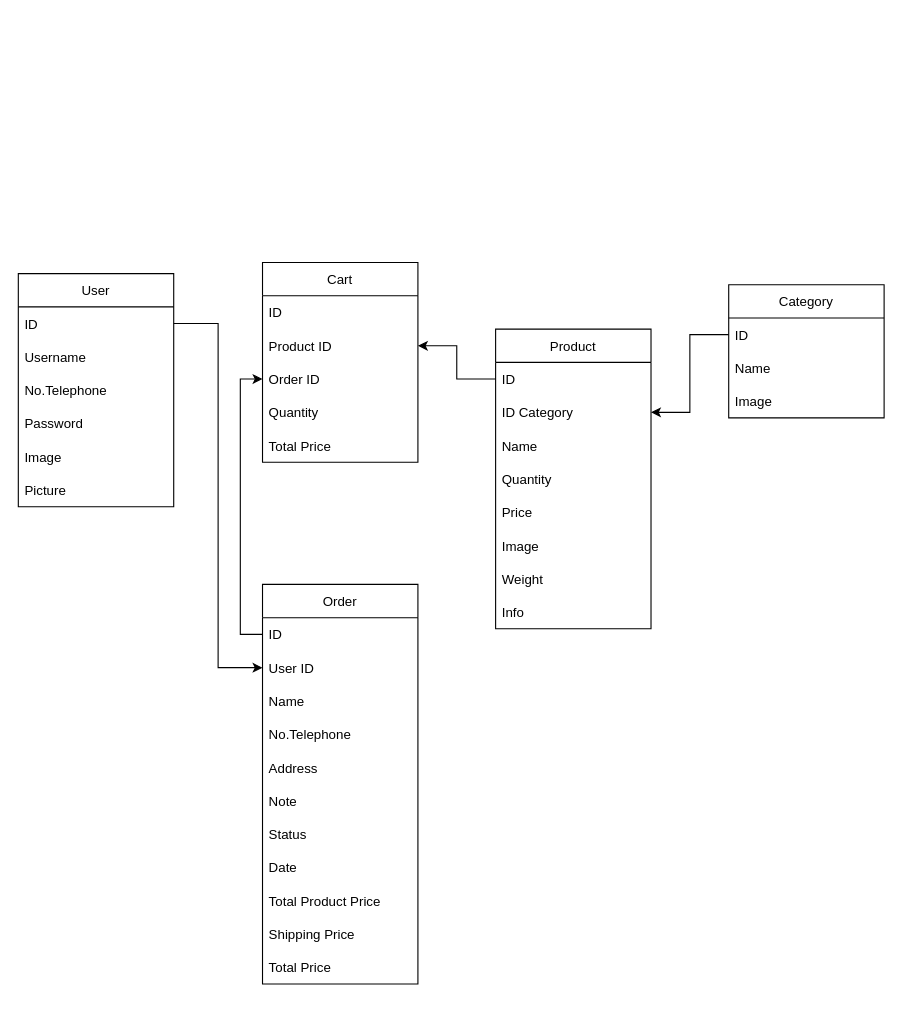
This is erd.drawio from dapurfresh-group2/backend, a draw.io file, before an edit. Source tidied: cells renumbered, new cells numbered last; positions are measured from the earlier drawing's top-left corner, leaving out a move shared by most shapes. Both pictures are drawn from the tidied source at 111%, with x=0, y=0 at pixel (18, 262).
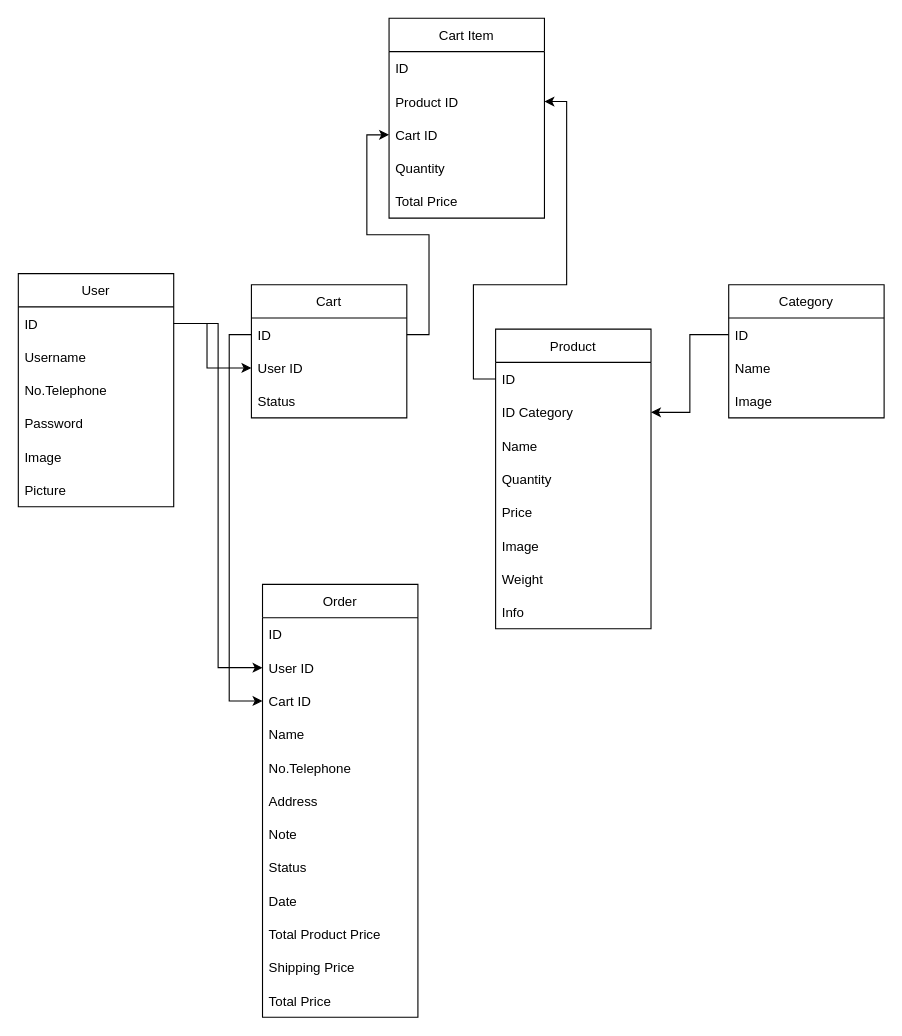
After the change.

The change refers to these unchanged cells:
```xml
<mxCell id="3" value="ID" style="text;strokeColor=none;fillColor=none;align=left;verticalAlign=middle;spacingLeft=4;spacingRight=4;overflow=hidden;points=[[0,0.5],[1,0.5]];portConstraint=eastwest;" parent="2" vertex="1">
  <mxGeometry y="30" width="140" height="30" as="geometry" />
</mxCell>
<mxCell id="10" value="ID" style="text;strokeColor=none;fillColor=none;align=left;verticalAlign=middle;spacingLeft=4;spacingRight=4;overflow=hidden;points=[[0,0.5],[1,0.5]];portConstraint=eastwest;" parent="9" vertex="1">
  <mxGeometry y="30" width="140" height="30" as="geometry" />
</mxCell>
<mxCell id="11" value="ID Category" style="text;strokeColor=none;fillColor=none;align=left;verticalAlign=middle;spacingLeft=4;spacingRight=4;overflow=hidden;points=[[0,0.5],[1,0.5]];portConstraint=eastwest;" parent="9" vertex="1">
  <mxGeometry y="60" width="140" height="30" as="geometry" />
</mxCell>
<mxCell id="19" value="ID" style="text;strokeColor=none;fillColor=none;align=left;verticalAlign=middle;spacingLeft=4;spacingRight=4;overflow=hidden;points=[[0,0.5],[1,0.5]];portConstraint=eastwest;" parent="18" vertex="1">
  <mxGeometry y="30" width="140" height="30" as="geometry" />
</mxCell>
<mxCell id="24" value="ID" style="text;strokeColor=none;fillColor=none;align=left;verticalAlign=middle;spacingLeft=4;spacingRight=4;overflow=hidden;points=[[0,0.5],[1,0.5]];portConstraint=eastwest;" parent="23" vertex="1">
  <mxGeometry y="30" width="140" height="30" as="geometry" />
</mxCell>
<mxCell id="31" value="ID" style="text;strokeColor=none;fillColor=none;align=left;verticalAlign=middle;spacingLeft=4;spacingRight=4;overflow=hidden;points=[[0,0.5],[1,0.5]];portConstraint=eastwest;" parent="30" vertex="1">
  <mxGeometry y="30" width="140" height="30" as="geometry" />
</mxCell>
<mxCell id="32" value="User ID" style="text;strokeColor=none;fillColor=none;align=left;verticalAlign=middle;spacingLeft=4;spacingRight=4;overflow=hidden;points=[[0,0.5],[1,0.5]];portConstraint=eastwest;" parent="30" vertex="1">
  <mxGeometry y="60" width="140" height="30" as="geometry" />
</mxCell>
```

What changed in the source:
```diff
@@
+    <mxCell id="44" style="group;" parent="1" vertex="1">
+      <mxGeometry y="-220" width="780" height="900" as="geometry" />
+    </mxCell>
-    <mxCell id="2" value="User" style="swimlane;fontStyle=0;horizontal=1;startSize=30;" parent="1" vertex="1">
-      <mxGeometry y="10" width="140" height="210" as="geometry" />
+    <mxCell id="2" value="User" style="swimlane;fontStyle=0;horizontal=1;startSize=30;" parent="44" vertex="1">
+      <mxGeometry y="230" width="140" height="210" as="geometry" />
     </mxCell>
@@
-    <mxCell id="9" value="Product" style="swimlane;fontStyle=0;horizontal=1;startSize=30;" parent="1" vertex="1">
-      <mxGeometry x="430" y="60" width="140" height="270" as="geometry" />
+    <mxCell id="9" value="Product" style="swimlane;fontStyle=0;horizontal=1;startSize=30;" parent="44" vertex="1">
+      <mxGeometry x="430" y="280" width="140" height="270" as="geometry" />
     </mxCell>
@@
-    <mxCell id="18" value="Category" style="swimlane;fontStyle=0;horizontal=1;startSize=30;" parent="1" vertex="1">
-      <mxGeometry x="640" y="20" width="140" height="120" as="geometry" />
+    <mxCell id="18" value="Category" style="swimlane;fontStyle=0;horizontal=1;startSize=30;" parent="44" vertex="1">
+      <mxGeometry x="640" y="240" width="140" height="120" as="geometry" />
     </mxCell>
@@
-    <mxCell id="22" style="edgeStyle=orthogonalEdgeStyle;rounded=0;jettySize=auto;html=1;exitX=0;exitY=0.5;exitDx=0;exitDy=0;entryX=1;entryY=0.5;entryDx=0;entryDy=0;" parent="1" edge="1" source="19" target="11">
+    <mxCell id="22" style="edgeStyle=orthogonalEdgeStyle;rounded=0;jettySize=auto;html=1;exitX=0;exitY=0.5;exitDx=0;exitDy=0;entryX=1;entryY=0.5;entryDx=0;entryDy=0;" parent="44" edge="1" source="19" target="11">
       <mxGeometry relative="1" as="geometry" />
     </mxCell>
-    <mxCell id="23" value="Cart" style="swimlane;fontStyle=0;horizontal=1;startSize=30;" parent="1" vertex="1">
-      <mxGeometry x="220" width="140" height="180" as="geometry" />
+    <mxCell id="23" value="Cart" style="swimlane;fontStyle=0;horizontal=1;startSize=30;" parent="44" vertex="1">
+      <mxGeometry x="210" y="240" width="140" height="120" as="geometry" />
     </mxCell>
@@
-    <mxCell id="25" value="Product ID" style="text;strokeColor=none;fillColor=none;align=left;verticalAlign=middle;spacingLeft=4;spacingRight=4;overflow=hidden;points=[[0,0.5],[1,0.5]];portConstraint=eastwest;" parent="23" vertex="1">
-      <mxGeometry y="60" width="140" height="30" as="geometry" />
-    </mxCell>
-    <mxCell id="26" value="Order ID" style="text;strokeColor=none;fillColor=none;align=left;verticalAlign=middle;spacingLeft=4;spacingRight=4;overflow=hidden;points=[[0,0.5],[1,0.5]];portConstraint=eastwest;" parent="23" vertex="1">
-      <mxGeometry y="90" width="140" height="30" as="geometry" />
-    </mxCell>
-    <mxCell id="27" value="Quantity" style="text;strokeColor=none;fillColor=none;align=left;verticalAlign=middle;spacingLeft=4;spacingRight=4;overflow=hidden;" parent="23" vertex="1">
-      <mxGeometry y="120" width="140" height="30" as="geometry" />
-    </mxCell>
-    <mxCell id="28" value="Total Price" style="text;strokeColor=none;fillColor=none;align=left;verticalAlign=middle;spacingLeft=4;spacingRight=4;overflow=hidden;" parent="23" vertex="1">
-      <mxGeometry y="150" width="140" height="30" as="geometry" />
-    </mxCell>
+    <mxCell id="45" value="User ID" style="text;strokeColor=none;fillColor=none;align=left;verticalAlign=middle;spacingLeft=4;spacingRight=4;overflow=hidden;points=[[0,0.5],[1,0.5]];portConstraint=eastwest;" parent="23" vertex="1">
+      <mxGeometry y="60" width="140" height="30" as="geometry" />
+    </mxCell>
+    <mxCell id="46" value="Status" style="text;strokeColor=none;fillColor=none;align=left;verticalAlign=middle;spacingLeft=4;spacingRight=4;overflow=hidden;" parent="23" vertex="1">
+      <mxGeometry y="90" width="140" height="30" as="geometry" />
+    </mxCell>
-    <mxCell id="29" style="edgeStyle=orthogonalEdgeStyle;rounded=0;jettySize=auto;html=1;exitX=0;exitY=0.5;exitDx=0;exitDy=0;entryX=1;entryY=0.5;entryDx=0;entryDy=0;" parent="1" edge="1" source="10" target="25">
-      <mxGeometry relative="1" as="geometry" />
+    <mxCell id="29" style="edgeStyle=orthogonalEdgeStyle;rounded=0;jettySize=auto;html=1;exitX=0;exitY=0.5;exitDx=0;exitDy=0;entryX=1;entryY=0.5;entryDx=0;entryDy=0;" parent="44" edge="1" source="10" target="25">
+      <mxGeometry relative="1" as="geometry">
+        <Array as="points">
+          <mxPoint x="410" y="325" />
+          <mxPoint x="410" y="240" />
+          <mxPoint x="494" y="240" />
+          <mxPoint x="494" y="75" />
+        </Array>
+      </mxGeometry>
     </mxCell>
-    <mxCell id="30" value="Order" style="swimlane;fontStyle=0;horizontal=1;startSize=30;" parent="1" vertex="1">
-      <mxGeometry x="220" y="290" width="140" height="360" as="geometry" />
+    <mxCell id="30" value="Order" style="swimlane;fontStyle=0;horizontal=1;startSize=30;" parent="44" vertex="1">
+      <mxGeometry x="220" y="510" width="140" height="390" as="geometry" />
     </mxCell>
@@
+    <mxCell id="47" value="Cart ID" style="text;strokeColor=none;fillColor=none;align=left;verticalAlign=middle;spacingLeft=4;spacingRight=4;overflow=hidden;points=[[0,0.5],[1,0.5]];portConstraint=eastwest;" parent="30" vertex="1">
+      <mxGeometry y="90" width="140" height="30" as="geometry" />
+    </mxCell>
     <mxCell id="33" value="Name" style="text;strokeColor=none;fillColor=none;align=left;verticalAlign=middle;spacingLeft=4;spacingRight=4;overflow=hidden;" parent="30" vertex="1">
-      <mxGeometry y="90" width="140" height="30" as="geometry" />
+      <mxGeometry y="120" width="140" height="30" as="geometry" />
     </mxCell>
     <mxCell id="34" value="No.Telephone" style="text;strokeColor=none;fillColor=none;align=left;verticalAlign=middle;spacingLeft=4;spacingRight=4;overflow=hidden;" parent="30" vertex="1">
-      <mxGeometry y="120" width="140" height="30" as="geometry" />
+      <mxGeometry y="150" width="140" height="30" as="geometry" />
     </mxCell>
     <mxCell id="35" value="Address" style="text;strokeColor=none;fillColor=none;align=left;verticalAlign=middle;spacingLeft=4;spacingRight=4;overflow=hidden;" parent="30" vertex="1">
-      <mxGeometry y="150" width="140" height="30" as="geometry" />
+      <mxGeometry y="180" width="140" height="30" as="geometry" />
     </mxCell>
     <mxCell id="36" value="Note" style="text;strokeColor=none;fillColor=none;align=left;verticalAlign=middle;spacingLeft=4;spacingRight=4;overflow=hidden;" parent="30" vertex="1">
-      <mxGeometry y="180" width="140" height="30" as="geometry" />
+      <mxGeometry y="210" width="140" height="30" as="geometry" />
     </mxCell>
     <mxCell id="37" value="Status" style="text;strokeColor=none;fillColor=none;align=left;verticalAlign=middle;spacingLeft=4;spacingRight=4;overflow=hidden;" parent="30" vertex="1">
-      <mxGeometry y="210" width="140" height="30" as="geometry" />
+      <mxGeometry y="240" width="140" height="30" as="geometry" />
     </mxCell>
     <mxCell id="38" value="Date" style="text;strokeColor=none;fillColor=none;align=left;verticalAlign=middle;spacingLeft=4;spacingRight=4;overflow=hidden;" parent="30" vertex="1">
-      <mxGeometry y="240" width="140" height="30" as="geometry" />
+      <mxGeometry y="270" width="140" height="30" as="geometry" />
     </mxCell>
     <mxCell id="39" value="Total Product Price" style="text;strokeColor=none;fillColor=none;align=left;verticalAlign=middle;spacingLeft=4;spacingRight=4;overflow=hidden;" parent="30" vertex="1">
-      <mxGeometry y="270" width="140" height="30" as="geometry" />
+      <mxGeometry y="300" width="140" height="30" as="geometry" />
     </mxCell>
     <mxCell id="40" value="Shipping Price" style="text;strokeColor=none;fillColor=none;align=left;verticalAlign=middle;spacingLeft=4;spacingRight=4;overflow=hidden;" parent="30" vertex="1">
-      <mxGeometry y="300" width="140" height="30" as="geometry" />
+      <mxGeometry y="330" width="140" height="30" as="geometry" />
     </mxCell>
     <mxCell id="41" value="Total Price" style="text;strokeColor=none;fillColor=none;align=left;verticalAlign=middle;spacingLeft=4;spacingRight=4;overflow=hidden;" parent="30" vertex="1">
-      <mxGeometry y="330" width="140" height="30" as="geometry" />
+      <mxGeometry y="360" width="140" height="30" as="geometry" />
     </mxCell>
-    <mxCell id="42" style="edgeStyle=orthogonalEdgeStyle;rounded=0;jettySize=auto;html=1;exitX=0;exitY=0.5;exitDx=0;exitDy=0;entryX=0;entryY=0.5;entryDx=0;entryDy=0;" parent="1" edge="1" source="31" target="26">
-      <mxGeometry relative="1" as="geometry" />
-    </mxCell>
-    <mxCell id="43" style="edgeStyle=orthogonalEdgeStyle;rounded=0;jettySize=auto;html=1;exitX=1;exitY=0.5;exitDx=0;exitDy=0;entryX=0;entryY=0.5;entryDx=0;entryDy=0;" parent="1" edge="1" source="3" target="32">
+    <mxCell id="43" style="edgeStyle=orthogonalEdgeStyle;rounded=0;jettySize=auto;html=1;exitX=1;exitY=0.5;exitDx=0;exitDy=0;entryX=0;entryY=0.5;entryDx=0;entryDy=0;" parent="44" edge="1" source="3" target="32">
       <mxGeometry relative="1" as="geometry" />
     </mxCell>
+    <mxCell id="48" value="Cart Item" style="swimlane;fontStyle=0;horizontal=1;startSize=30;" parent="44" vertex="1">
+      <mxGeometry x="334" width="140" height="180" as="geometry" />
+    </mxCell>
+    <mxCell id="49" value="ID" style="text;strokeColor=none;fillColor=none;align=left;verticalAlign=middle;spacingLeft=4;spacingRight=4;overflow=hidden;" parent="48" vertex="1">
+      <mxGeometry y="30" width="140" height="30" as="geometry" />
+    </mxCell>
+    <mxCell id="25" value="Product ID" style="text;strokeColor=none;fillColor=none;align=left;verticalAlign=middle;spacingLeft=4;spacingRight=4;overflow=hidden;points=[[0,0.5],[1,0.5]];portConstraint=eastwest;" parent="48" vertex="1">
+      <mxGeometry y="60" width="140" height="30" as="geometry" />
+    </mxCell>
+    <mxCell id="50" value="Cart ID" style="text;strokeColor=none;fillColor=none;align=left;verticalAlign=middle;spacingLeft=4;spacingRight=4;overflow=hidden;points=[[0,0.5],[1,0.5]];portConstraint=eastwest;" parent="48" vertex="1">
+      <mxGeometry y="90" width="140" height="30" as="geometry" />
+    </mxCell>
+    <mxCell id="27" value="Quantity" style="text;strokeColor=none;fillColor=none;align=left;verticalAlign=middle;spacingLeft=4;spacingRight=4;overflow=hidden;" parent="48" vertex="1">
+      <mxGeometry y="120" width="140" height="30" as="geometry" />
+    </mxCell>
+    <mxCell id="28" value="Total Price" style="text;strokeColor=none;fillColor=none;align=left;verticalAlign=middle;spacingLeft=4;spacingRight=4;overflow=hidden;" parent="48" vertex="1">
+      <mxGeometry y="150" width="140" height="30" as="geometry" />
+    </mxCell>
+    <mxCell id="51" style="edgeStyle=orthogonalEdgeStyle;rounded=0;jettySize=auto;html=1;exitX=0;exitY=0.5;exitDx=0;exitDy=0;entryX=0;entryY=0.5;entryDx=0;entryDy=0;" parent="44" edge="1" source="24" target="47">
+      <mxGeometry relative="1" as="geometry" />
+    </mxCell>
+    <mxCell id="52" style="edgeStyle=orthogonalEdgeStyle;rounded=0;jettySize=auto;html=1;exitX=1;exitY=0.5;exitDx=0;exitDy=0;entryX=0;entryY=0.5;entryDx=0;entryDy=0;" parent="44" edge="1" source="24" target="50">
+      <mxGeometry relative="1" as="geometry" />
+    </mxCell>
+    <mxCell id="53" style="edgeStyle=orthogonalEdgeStyle;rounded=0;jettySize=auto;html=1;exitX=1;exitY=0.5;exitDx=0;exitDy=0;entryX=0;entryY=0.5;entryDx=0;entryDy=0;" parent="44" edge="1" source="3" target="45">
+      <mxGeometry relative="1" as="geometry">
+        <Array as="points">
+          <mxPoint x="170" y="275" />
+          <mxPoint x="170" y="315" />
+        </Array>
+      </mxGeometry>
+    </mxCell>
```
